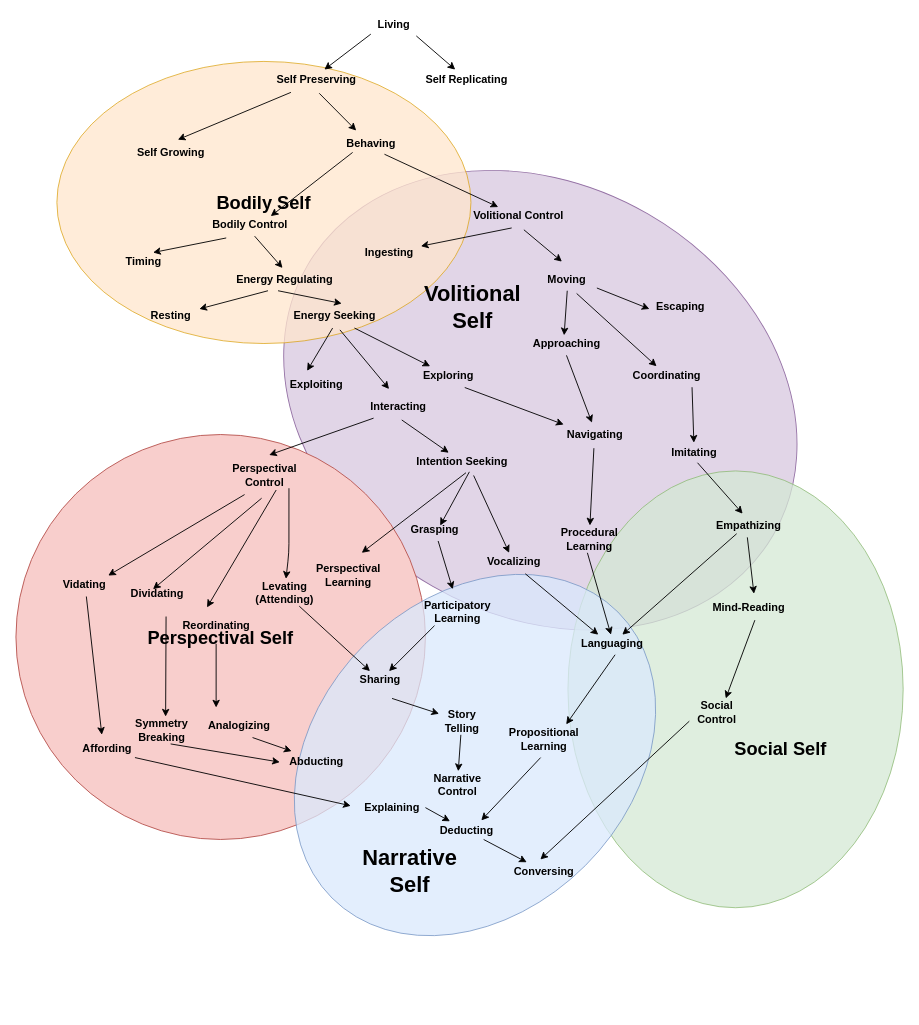
This is self_evolution.drawio from codeaudit/1, a draw.io file, before an edit. Source tidied: cells renumbered, new cells numbered last; positions are measured from the earlier drawing's top-left corner, leaving out a move shared by most shapes. Both pictures are drawn from the tidied source at 91%, with x=0, y=0 at pixel (15, 15).
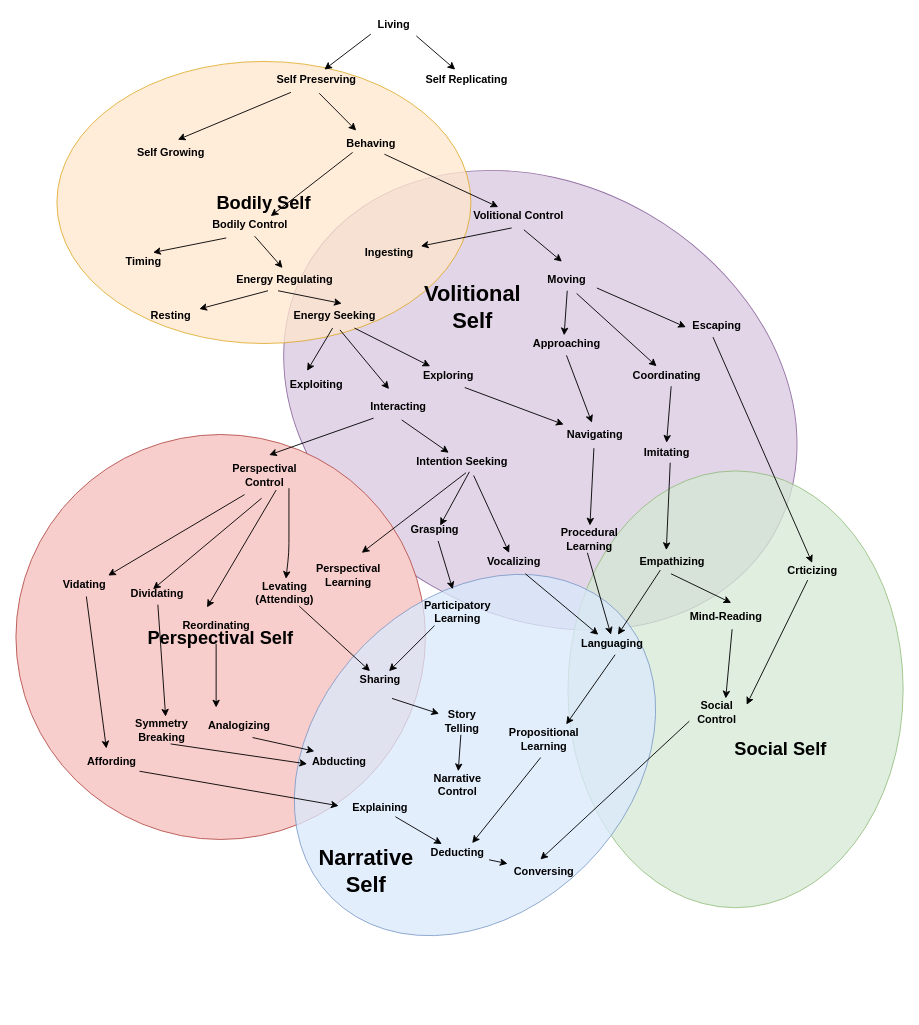
After the change.

Unchanged cells that the change refers to:
```xml
<mxCell id="37" value="Coordinating" style="text;html=1;align=center;verticalAlign=middle;points=[];fontStyle=1;" parent="1" vertex="1">
  <mxGeometry x="670" y="385" width="90" height="20" as="geometry" />
</mxCell>
<mxCell id="38" value="Social&lt;br&gt;Control" style="text;html=1;align=center;verticalAlign=middle;points=[];fontStyle=1;" parent="1" vertex="1">
  <mxGeometry x="740" y="750" width="60" height="30" as="geometry" />
</mxCell>
<mxCell id="87" value="Dividating" style="text;html=1;align=center;verticalAlign=middle;points=[];fontStyle=1;" parent="1" vertex="1">
  <mxGeometry x="120" y="625" width="70" height="20" as="geometry" />
</mxCell>
```

Diff of the diagram source:
```diff
@@
     <mxCell id="23" value="Escaping" style="text;html=1;align=center;verticalAlign=middle;points=[];fontStyle=1;" parent="1" vertex="1">
-      <mxGeometry x="695" y="310" width="70" height="20" as="geometry" />
+      <mxGeometry x="735" y="330" width="70" height="20" as="geometry" />
     </mxCell>
@@
     <mxCell id="39" value="Imitating" style="text;html=1;align=center;verticalAlign=middle;points=[];fontStyle=1;" parent="1" vertex="1">
-      <mxGeometry x="710" y="470" width="70" height="20" as="geometry" />
+      <mxGeometry x="680" y="470" width="70" height="20" as="geometry" />
     </mxCell>
@@
     <mxCell id="41" value="Mind-Reading" style="text;html=1;align=center;verticalAlign=middle;points=[];fontStyle=1;" parent="1" vertex="1">
-      <mxGeometry x="760" y="640" width="90" height="20" as="geometry" />
+      <mxGeometry x="735" y="650" width="90" height="20" as="geometry" />
     </mxCell>
@@
     <mxCell id="45" value="&lt;b&gt;Empathizing&lt;/b&gt;" style="text;html=1;align=center;verticalAlign=middle;points=[];" parent="1" vertex="1">
-      <mxGeometry x="760" y="550" width="90" height="20" as="geometry" />
+      <mxGeometry x="676.1" y="590" width="90" height="20" as="geometry" />
     </mxCell>
@@
-    <mxCell id="62" style="endArrow=classic;html=1;exitX=0.811;exitY=1.15;exitDx=0;exitDy=0;exitPerimeter=0;entryX=0.5;entryY=-0.05;entryDx=0;entryDy=0;entryPerimeter=0;startArrow=none;startFill=0;endFill=1;" parent="1" edge="1" source="37" target="39">
+    <mxCell id="62" style="endArrow=classic;html=1;exitX=0.556;exitY=1.1;exitDx=0;exitDy=0;exitPerimeter=0;entryX=0.5;entryY=-0.05;entryDx=0;entryDy=0;entryPerimeter=0;startArrow=none;startFill=0;endFill=1;" parent="1" edge="1" source="37" target="39">
       <mxGeometry relative="1" as="geometry" />
     </mxCell>
@@
-    <mxCell id="89" style="endArrow=none;html=1;startArrow=classic;startFill=1;" parent="1" edge="1">
+    <mxCell id="89" style="endArrow=none;html=1;startArrow=classic;startFill=1;entryX=0.514;entryY=1.1;entryDx=0;entryDy=0;entryPerimeter=0;" parent="1" edge="1" target="87">
       <mxGeometry relative="1" as="geometry">
         <mxPoint x="164.5" y="770" as="sourcePoint" />
-        <mxPoint x="165" y="660" as="targetPoint" />
       </mxGeometry>
     </mxCell>
@@
     <mxCell id="91" value="Affording" style="text;html=1;align=center;verticalAlign=middle;points=[];fontStyle=1;" parent="1" vertex="1">
-      <mxGeometry x="65" y="795" width="70" height="20" as="geometry" />
+      <mxGeometry x="70" y="810" width="70" height="20" as="geometry" />
     </mxCell>
@@
     <mxCell id="93" value="Abducting" style="text;html=1;align=center;verticalAlign=middle;points=[];fontStyle=1;" parent="1" vertex="1">
-      <mxGeometry x="295" y="810" width="70" height="20" as="geometry" />
+      <mxGeometry x="320" y="810" width="70" height="20" as="geometry" />
     </mxCell>
     <mxCell id="94" value="Explaining" style="text;html=1;align=center;verticalAlign=middle;points=[];fontStyle=1;" parent="1" vertex="1">
-      <mxGeometry x="373.3" y="860" width="80" height="20" as="geometry" />
+      <mxGeometry x="360" y="860" width="80" height="20" as="geometry" />
     </mxCell>
@@
-    <mxCell id="97" style="endArrow=classic;html=1;endFill=1;" parent="1" edge="1">
+    <mxCell id="97" style="endArrow=classic;html=1;endFill=1;entryX=0;entryY=0.6;entryDx=0;entryDy=0;entryPerimeter=0;" parent="1" edge="1" target="93">
       <mxGeometry relative="1" as="geometry">
         <mxPoint x="170" y="800" as="sourcePoint" />
-        <mxPoint x="290" y="820" as="targetPoint" />
       </mxGeometry>
     </mxCell>
@@
     <mxCell id="100" value="&lt;b&gt;Deducting&lt;br&gt;&lt;/b&gt;" style="text;html=1;align=center;verticalAlign=middle;points=[];" parent="1" vertex="1">
-      <mxGeometry x="460" y="885" width="70" height="20" as="geometry" />
+      <mxGeometry x="450" y="910" width="70" height="20" as="geometry" />
     </mxCell>
-    <mxCell id="101" style="endArrow=classic;html=1;endFill=1;" parent="1" edge="1" target="100">
-      <mxGeometry relative="1" as="geometry">
-        <mxPoint x="450" y="870" as="sourcePoint" />
-      </mxGeometry>
+    <mxCell id="101" style="endArrow=classic;html=1;endFill=1;" parent="1" edge="1" source="94" target="100">
+      <mxGeometry relative="1" as="geometry" />
     </mxCell>
@@
     <mxCell id="103" value="&lt;b&gt;&lt;font style=&quot;font-size: 24px&quot;&gt;Narrative Self&lt;/font&gt;&lt;/b&gt;" style="text;html=1;strokeColor=none;fillColor=none;align=center;verticalAlign=middle;whiteSpace=wrap;rounded=0;opacity=75;" parent="1" vertex="1">
-      <mxGeometry x="413.3" y="930" width="40" height="20" as="geometry" />
+      <mxGeometry x="365" y="930" width="40" height="20" as="geometry" />
     </mxCell>
@@
+    <mxCell id="110" value="Crticizing" style="text;html=1;align=center;verticalAlign=middle;points=[];fontStyle=1;" parent="1" vertex="1">
+      <mxGeometry x="840" y="600" width="70" height="20" as="geometry" />
+    </mxCell>
+    <mxCell id="111" style="endArrow=classic;html=1;exitX=0.443;exitY=1.15;exitDx=0;exitDy=0;exitPerimeter=0;entryX=0.5;entryY=0.05;entryDx=0;entryDy=0;entryPerimeter=0;" parent="1" edge="1" source="23" target="110">
+      <mxGeometry relative="1" as="geometry" />
+    </mxCell>
+    <mxCell id="112" style="endArrow=classic;html=1;entryX=1.05;entryY=0.233;entryDx=0;entryDy=0;entryPerimeter=0;" parent="1" edge="1" source="110" target="38">
+      <mxGeometry relative="1" as="geometry" />
+    </mxCell>
```
